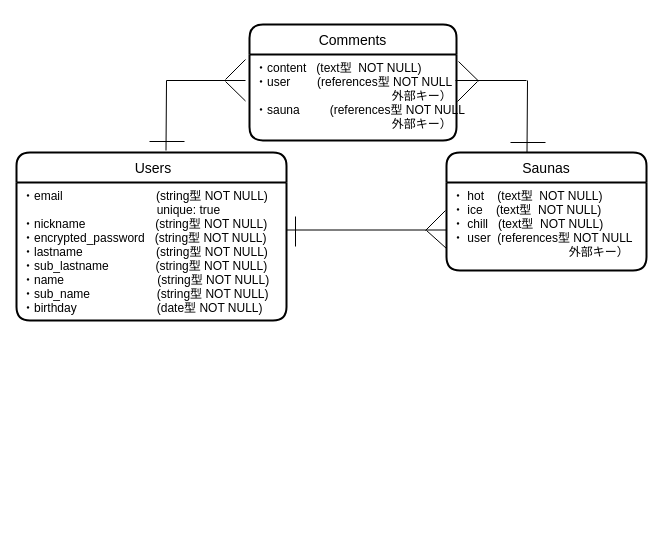
Earlier version of the draw.io diagram sauna.dio (ykkTechc/sauna_app). Source tidied: cells renumbered, new cells numbered last; positions are measured from the earlier drawing's top-left corner, leaving out a move shared by most shapes. Both pictures are drawn from the tidied source at 100%, with x=0, y=0 at pixel (16, 24).
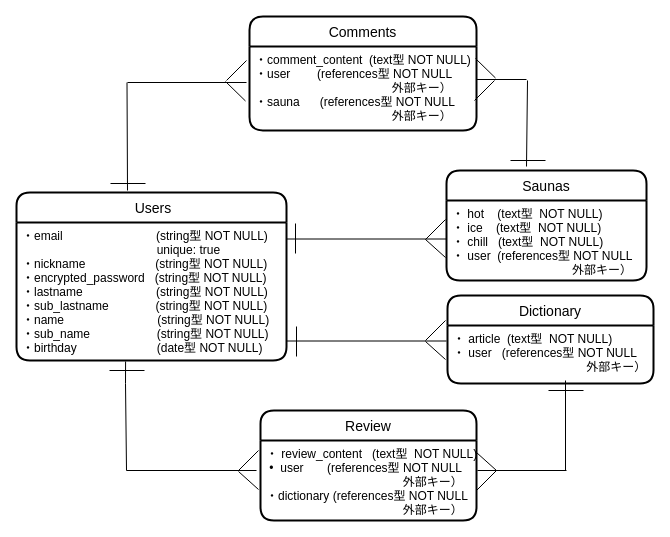
Above is the later version.

Commit message (it also covers changes not shown here):
ER図　データベースの追加

The change refers to these unchanged cells:
```xml
<mxCell id="3" value="・email                            (string型 NOT NULL)&#10; 　　　　　　　　　       unique: true&#10;・nickname                     (string型 NOT NULL)&#10;・encrypted_password   (string型 NOT NULL)&#10;・lastname                      (string型 NOT NULL)&#10;・sub_lastname              (string型 NOT NULL)&#10;・name                            (string型 NOT NULL)&#10;・sub_name                    (string型 NOT NULL)&#10;・birthday                        (date型 NOT NULL)&#10;" style="align=left;strokeColor=none;fillColor=none;spacingLeft=4;fontSize=12;verticalAlign=top;" parent="2" vertex="1">
  <mxGeometry y="30" width="270" height="138" as="geometry" />
</mxCell>
```

Change to the diagram source:
```diff
@@
     <mxCell id="2" value=" Users" style="swimlane;horizontal=1;startSize=30;rounded=1;fontSize=14;fontStyle=0;strokeWidth=2;shadow=0;dashed=0;align=center;" parent="1" vertex="1">
-      <mxGeometry y="128" width="270" height="168" as="geometry" />
+      <mxGeometry y="168" width="270" height="168" as="geometry" />
     </mxCell>
@@
     <mxCell id="4" value="Comments" style="swimlane;horizontal=1;startSize=30;rounded=1;fontSize=14;fontStyle=0;strokeWidth=2;shadow=0;dashed=0;align=center;" parent="1" vertex="1">
-      <mxGeometry x="233" width="207" height="116" as="geometry" />
+      <mxGeometry x="233" y="-8" width="227" height="114" as="geometry" />
     </mxCell>
+    <mxCell id="22" style="edgeStyle=none;html=1;entryX=0.5;entryY=1;entryDx=0;entryDy=0;" parent="4" edge="1" source="5" target="4">
+      <mxGeometry relative="1" as="geometry" />
+    </mxCell>
-    <mxCell id="5" value="・content   (text型  NOT NULL)&#10;・user        (references型 NOT NULL&#10;                                         外部キー）&#10;・sauna         (references型 NOT NULL&#10;                                         外部キー）&#10;" style="align=left;strokeColor=none;fillColor=none;spacingLeft=4;fontSize=12;verticalAlign=top;" parent="4" vertex="1">
-      <mxGeometry y="30" width="207" height="86" as="geometry" />
+    <mxCell id="5" value="・comment_content  (text型 NOT NULL)&#10;・user        (references型 NOT NULL&#10;                                         外部キー）&#10;・sauna      (references型 NOT NULL&#10;                                         外部キー）&#10;" style="align=left;strokeColor=none;fillColor=none;spacingLeft=4;fontSize=12;verticalAlign=top;" parent="4" vertex="1">
+      <mxGeometry y="30" width="227" height="84" as="geometry" />
     </mxCell>
     <mxCell id="6" value="Saunas" style="swimlane;horizontal=1;startSize=30;rounded=1;fontSize=14;fontStyle=0;strokeWidth=2;shadow=0;dashed=0;align=center;" parent="1" vertex="1">
-      <mxGeometry x="430" y="128" width="200" height="118" as="geometry" />
+      <mxGeometry x="430" y="146" width="200" height="110" as="geometry" />
     </mxCell>
     <mxCell id="7" style="endArrow=none;html=1;rounded=0;" parent="6" edge="1">
       <mxGeometry relative="1" as="geometry">
-        <mxPoint x="-21" y="78" as="sourcePoint" />
-        <mxPoint x="-1" y="58" as="targetPoint" />
+        <mxPoint x="-21" y="69" as="sourcePoint" />
+        <mxPoint x="-1" y="49" as="targetPoint" />
         <Array as="points">
-          <mxPoint x="-1" y="58" />
+          <mxPoint x="-1" y="49" />
         </Array>
       </mxGeometry>
     </mxCell>
-    <mxCell id="8" value="・ hot    (text型  NOT NULL)&#10;・ ice    (text型  NOT NULL)&#10;・ chill   (text型  NOT NULL)&#10;・ user  (references型 NOT NULL&#10;                                   外部キー）" style="align=left;strokeColor=none;fillColor=none;spacingLeft=4;fontSize=12;verticalAlign=top;" parent="6" vertex="1">
-      <mxGeometry y="30" width="200" height="88" as="geometry" />
+    <mxCell id="8" value="・ hot    (text型  NOT NULL)&#10;・ ice    (text型  NOT NULL)&#10;・ chill   (text型  NOT NULL)&#10;・ user  (references型 NOT NULL&#10;                                    外部キー）" style="align=left;strokeColor=none;fillColor=none;spacingLeft=4;fontSize=12;verticalAlign=top;" parent="6" vertex="1">
+      <mxGeometry y="30" width="200" height="80" as="geometry" />
     </mxCell>
-    <mxCell id="9" style="endArrow=none;html=1;rounded=0;entryX=0;entryY=0.75;entryDx=0;entryDy=0;" parent="6" edge="1" target="8">
+    <mxCell id="9" style="endArrow=none;html=1;rounded=0;entryX=0;entryY=0.75;entryDx=0;entryDy=0;" parent="6" edge="1">
       <mxGeometry relative="1" as="geometry">
-        <mxPoint x="-20" y="78" as="sourcePoint" />
+        <mxPoint x="-21" y="69" as="sourcePoint" />
+        <mxPoint x="-1" y="87" as="targetPoint" />
       </mxGeometry>
     </mxCell>
     <mxCell id="10" style="endArrow=none;html=1;rounded=0;" parent="1" edge="1">
       <mxGeometry relative="1" as="geometry">
-        <mxPoint x="270" y="205.5" as="sourcePoint" />
-        <mxPoint x="430" y="205.5" as="targetPoint" />
+        <mxPoint x="270" y="214.5" as="sourcePoint" />
+        <mxPoint x="430" y="214.5" as="targetPoint" />
       </mxGeometry>
     </mxCell>
     <mxCell id="11" style="endArrow=none;html=1;rounded=0;" parent="1" edge="1">
       <mxGeometry relative="1" as="geometry">
-        <mxPoint x="149.5" y="126" as="sourcePoint" />
-        <mxPoint x="150" y="56" as="targetPoint" />
+        <mxPoint x="111" y="166" as="sourcePoint" />
+        <mxPoint x="110.5" y="58" as="targetPoint" />
       </mxGeometry>
     </mxCell>
-    <mxCell id="12" style="endArrow=none;html=1;rounded=0;" parent="1" edge="1">
+    <mxCell id="12" style="endArrow=none;html=1;rounded=0;exitX=0.4;exitY=-0.025;exitDx=0;exitDy=0;exitPerimeter=0;" parent="1" edge="1">
       <mxGeometry relative="1" as="geometry">
-        <mxPoint x="510.5" y="128" as="sourcePoint" />
+        <mxPoint x="510" y="142" as="sourcePoint" />
         <mxPoint x="511" y="56" as="targetPoint" />
       </mxGeometry>
     </mxCell>
     <mxCell id="13" style="endArrow=none;html=1;rounded=0;" parent="1" edge="1">
       <mxGeometry relative="1" as="geometry">
-        <mxPoint x="150" y="56" as="sourcePoint" />
-        <mxPoint x="229" y="56" as="targetPoint" />
+        <mxPoint x="111" y="58" as="sourcePoint" />
+        <mxPoint x="230" y="58" as="targetPoint" />
       </mxGeometry>
     </mxCell>
     <mxCell id="14" style="endArrow=none;html=1;rounded=0;" parent="1" edge="1">
       <mxGeometry relative="1" as="geometry">
-        <mxPoint x="439" y="56" as="sourcePoint" />
-        <mxPoint x="510" y="56" as="targetPoint" />
+        <mxPoint x="460" y="55" as="sourcePoint" />
+        <mxPoint x="510" y="55" as="targetPoint" />
       </mxGeometry>
     </mxCell>
     <mxCell id="15" style="endArrow=none;html=1;rounded=0;" parent="1" edge="1">
       <mxGeometry relative="1" as="geometry">
-        <mxPoint x="279" y="222" as="sourcePoint" />
-        <mxPoint x="279" y="192" as="targetPoint" />
+        <mxPoint x="279" y="229" as="sourcePoint" />
+        <mxPoint x="279" y="199" as="targetPoint" />
       </mxGeometry>
     </mxCell>
     <mxCell id="16" style="endArrow=none;html=1;rounded=0;" parent="1" edge="1">
       <mxGeometry relative="1" as="geometry">
-        <mxPoint x="209" y="55" as="sourcePoint" />
-        <mxPoint x="229" y="35" as="targetPoint" />
+        <mxPoint x="210" y="56" as="sourcePoint" />
+        <mxPoint x="230" y="36" as="targetPoint" />
         <Array as="points">
-          <mxPoint x="229" y="35" />
+          <mxPoint x="230" y="36" />
         </Array>
       </mxGeometry>
     </mxCell>
     <mxCell id="17" style="endArrow=none;html=1;rounded=0;" parent="1" edge="1">
       <mxGeometry relative="1" as="geometry">
-        <mxPoint x="441" y="77" as="sourcePoint" />
-        <mxPoint x="461" y="57" as="targetPoint" />
+        <mxPoint x="458" y="76" as="sourcePoint" />
+        <mxPoint x="478" y="56" as="targetPoint" />
         <Array as="points">
-          <mxPoint x="461" y="57" />
+          <mxPoint x="478" y="56" />
         </Array>
       </mxGeometry>
     </mxCell>
@@
     <mxCell id="19" style="endArrow=none;html=1;rounded=0;entryX=0;entryY=0.75;entryDx=0;entryDy=0;" parent="1" edge="1">
       <mxGeometry relative="1" as="geometry">
-        <mxPoint x="442" y="37" as="sourcePoint" />
-        <mxPoint x="462" y="56.5" as="targetPoint" />
+        <mxPoint x="459" y="34" as="sourcePoint" />
+        <mxPoint x="479" y="53.5" as="targetPoint" />
       </mxGeometry>
     </mxCell>
     <mxCell id="20" style="endArrow=none;html=1;rounded=0;" parent="1" edge="1">
       <mxGeometry relative="1" as="geometry">
-        <mxPoint x="168" y="117" as="sourcePoint" />
-        <mxPoint x="133" y="117" as="targetPoint" />
+        <mxPoint x="129" y="159" as="sourcePoint" />
+        <mxPoint x="94" y="159" as="targetPoint" />
       </mxGeometry>
     </mxCell>
     <mxCell id="21" style="endArrow=none;html=1;rounded=0;" parent="1" edge="1">
       <mxGeometry relative="1" as="geometry">
-        <mxPoint x="529" y="118" as="sourcePoint" />
-        <mxPoint x="494" y="118" as="targetPoint" />
+        <mxPoint x="529" y="136" as="sourcePoint" />
+        <mxPoint x="494" y="136" as="targetPoint" />
       </mxGeometry>
     </mxCell>
+    <mxCell id="23" value="Dictionary" style="swimlane;horizontal=1;startSize=30;rounded=1;fontSize=14;fontStyle=0;strokeWidth=2;shadow=0;dashed=0;align=center;" parent="1" vertex="1">
+      <mxGeometry x="431" y="271" width="206" height="88" as="geometry" />
+    </mxCell>
+    <mxCell id="24" value="・ article  (text型  NOT NULL)&#10;・ user   (references型 NOT NULL&#10;                                        外部キー）&#10;" style="align=left;strokeColor=none;fillColor=none;spacingLeft=4;fontSize=12;verticalAlign=top;" parent="23" vertex="1">
+      <mxGeometry y="30" width="206" height="58" as="geometry" />
+    </mxCell>
+    <mxCell id="25" style="endArrow=none;html=1;rounded=0;" parent="1" edge="1">
+      <mxGeometry relative="1" as="geometry">
+        <mxPoint x="270" y="316.5" as="sourcePoint" />
+        <mxPoint x="430" y="316.5" as="targetPoint" />
+      </mxGeometry>
+    </mxCell>
+    <mxCell id="26" style="endArrow=none;html=1;rounded=0;" parent="1" edge="1">
+      <mxGeometry relative="1" as="geometry">
+        <mxPoint x="280" y="332" as="sourcePoint" />
+        <mxPoint x="280" y="302" as="targetPoint" />
+      </mxGeometry>
+    </mxCell>
+    <mxCell id="27" style="endArrow=none;html=1;rounded=0;" parent="1" edge="1">
+      <mxGeometry relative="1" as="geometry">
+        <mxPoint x="409" y="316" as="sourcePoint" />
+        <mxPoint x="429" y="296" as="targetPoint" />
+        <Array as="points">
+          <mxPoint x="429" y="296" />
+        </Array>
+      </mxGeometry>
+    </mxCell>
+    <mxCell id="28" style="endArrow=none;html=1;rounded=0;entryX=0;entryY=0.75;entryDx=0;entryDy=0;" parent="1" edge="1">
+      <mxGeometry relative="1" as="geometry">
+        <mxPoint x="409" y="317" as="sourcePoint" />
+        <mxPoint x="429" y="335" as="targetPoint" />
+      </mxGeometry>
+    </mxCell>
+    <mxCell id="29" value="Review" style="swimlane;horizontal=1;startSize=30;rounded=1;fontSize=14;fontStyle=0;strokeWidth=2;shadow=0;dashed=0;align=center;" parent="1" vertex="1">
+      <mxGeometry x="244" y="386" width="216" height="110" as="geometry" />
+    </mxCell>
+    <mxCell id="30" value="・ review_content   (text型  NOT NULL)&#10; •  user       (references型 NOT NULL&#10;                                         外部キー）&#10;・dictionary (references型 NOT NULL&#10;                                         外部キー）&#10;" style="align=left;strokeColor=none;fillColor=none;spacingLeft=4;fontSize=12;verticalAlign=top;" parent="29" vertex="1">
+      <mxGeometry y="30" width="216" height="80" as="geometry" />
+    </mxCell>
+    <mxCell id="31" style="line;strokeWidth=1;dashed=0;labelPosition=right;align=left;verticalAlign=middle;spacingTop=0;spacingLeft=6;" parent="1" vertex="1">
+      <mxGeometry x="110" y="441" width="130" height="10" as="geometry" />
+    </mxCell>
+    <mxCell id="32" style="line;strokeWidth=1;dashed=0;labelPosition=right;align=left;verticalAlign=middle;spacingTop=0;spacingLeft=6;" parent="1" vertex="1">
+      <mxGeometry x="461" y="441" width="89" height="10" as="geometry" />
+    </mxCell>
+    <mxCell id="33" style="endArrow=none;html=1;rounded=0;" parent="1" edge="1">
+      <mxGeometry relative="1" as="geometry">
+        <mxPoint x="549" y="446" as="sourcePoint" />
+        <mxPoint x="549" y="356" as="targetPoint" />
+      </mxGeometry>
+    </mxCell>
+    <mxCell id="34" style="endArrow=none;html=1;rounded=0;exitX=0.015;exitY=0.2;exitDx=0;exitDy=0;exitPerimeter=0;entryX=0.404;entryY=1.007;entryDx=0;entryDy=0;entryPerimeter=0;" parent="1" edge="1" target="3">
+      <mxGeometry relative="1" as="geometry">
+        <mxPoint x="110" y="446" as="sourcePoint" />
+        <Array as="points">
+          <mxPoint x="109" y="359" />
+        </Array>
+      </mxGeometry>
+    </mxCell>
+    <mxCell id="35" style="endArrow=none;html=1;rounded=0;" parent="1" edge="1">
+      <mxGeometry relative="1" as="geometry">
+        <mxPoint x="222" y="446" as="sourcePoint" />
+        <mxPoint x="242" y="426" as="targetPoint" />
+        <Array as="points">
+          <mxPoint x="242" y="426" />
+        </Array>
+      </mxGeometry>
+    </mxCell>
+    <mxCell id="36" style="endArrow=none;html=1;rounded=0;" parent="1" edge="1">
+      <mxGeometry relative="1" as="geometry">
+        <mxPoint x="460" y="466" as="sourcePoint" />
+        <mxPoint x="480" y="446" as="targetPoint" />
+        <Array as="points">
+          <mxPoint x="480" y="446" />
+        </Array>
+      </mxGeometry>
+    </mxCell>
+    <mxCell id="37" style="endArrow=none;html=1;rounded=0;entryX=0;entryY=0.75;entryDx=0;entryDy=0;" parent="1" edge="1">
+      <mxGeometry relative="1" as="geometry">
+        <mxPoint x="460" y="428" as="sourcePoint" />
+        <mxPoint x="480" y="446" as="targetPoint" />
+      </mxGeometry>
+    </mxCell>
+    <mxCell id="38" style="endArrow=none;html=1;rounded=0;entryX=0;entryY=0.75;entryDx=0;entryDy=0;" parent="1" edge="1">
+      <mxGeometry relative="1" as="geometry">
+        <mxPoint x="222" y="447" as="sourcePoint" />
+        <mxPoint x="242" y="465" as="targetPoint" />
+      </mxGeometry>
+    </mxCell>
+    <mxCell id="39" style="endArrow=none;html=1;rounded=0;" parent="1" edge="1">
+      <mxGeometry relative="1" as="geometry">
+        <mxPoint x="128" y="346" as="sourcePoint" />
+        <mxPoint x="93" y="346" as="targetPoint" />
+      </mxGeometry>
+    </mxCell>
+    <mxCell id="40" style="endArrow=none;html=1;rounded=0;" parent="1" edge="1">
+      <mxGeometry relative="1" as="geometry">
+        <mxPoint x="567" y="366" as="sourcePoint" />
+        <mxPoint x="532" y="366" as="targetPoint" />
+      </mxGeometry>
+    </mxCell>
```
